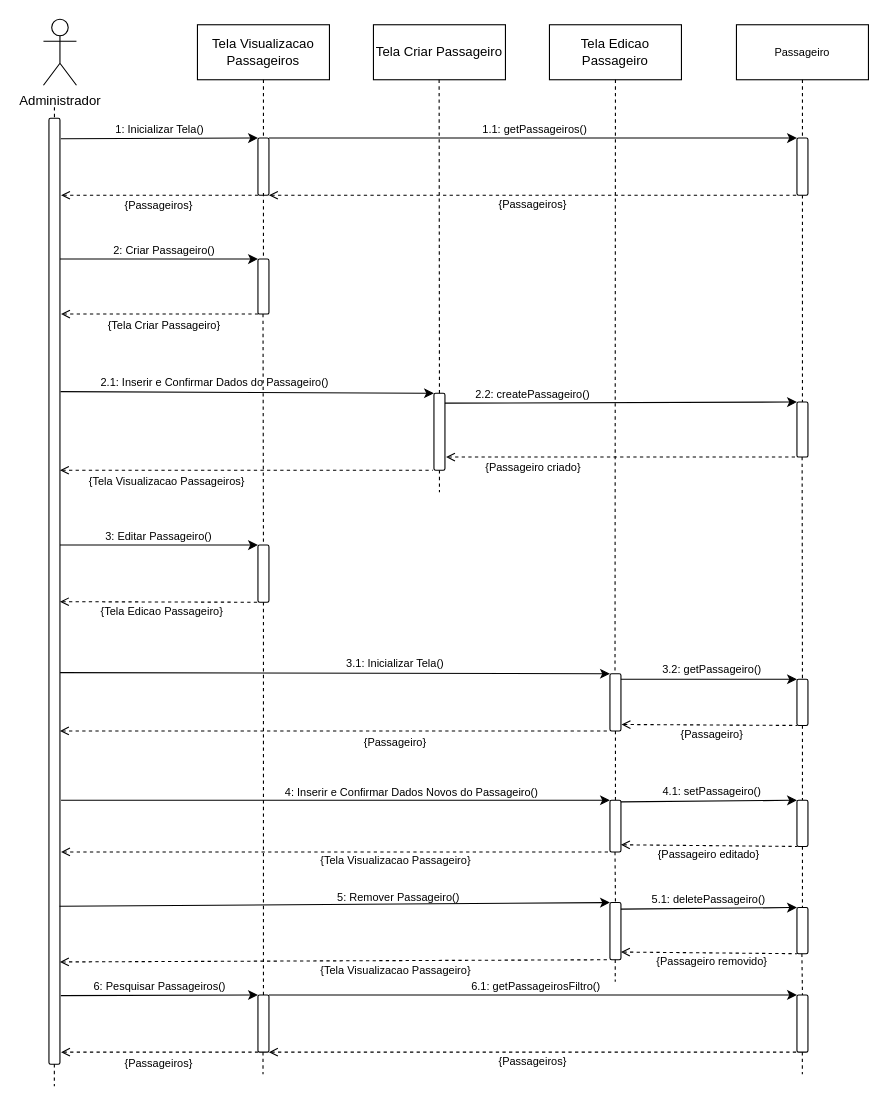
Before: Diagramas/Eng_de_Software/Modelos/Sequencia/Manter_Passageiros.drawio in GabrielGMori/trabalho-conclus-o-ano, a draw.io diagram. Source tidied: cells renumbered, new cells numbered last; positions are measured from the earlier drawing's top-left corner, leaving out a move shared by most shapes. Both pictures are drawn from the tidied source at 110%, with x=0, y=0 at pixel (43, 19).
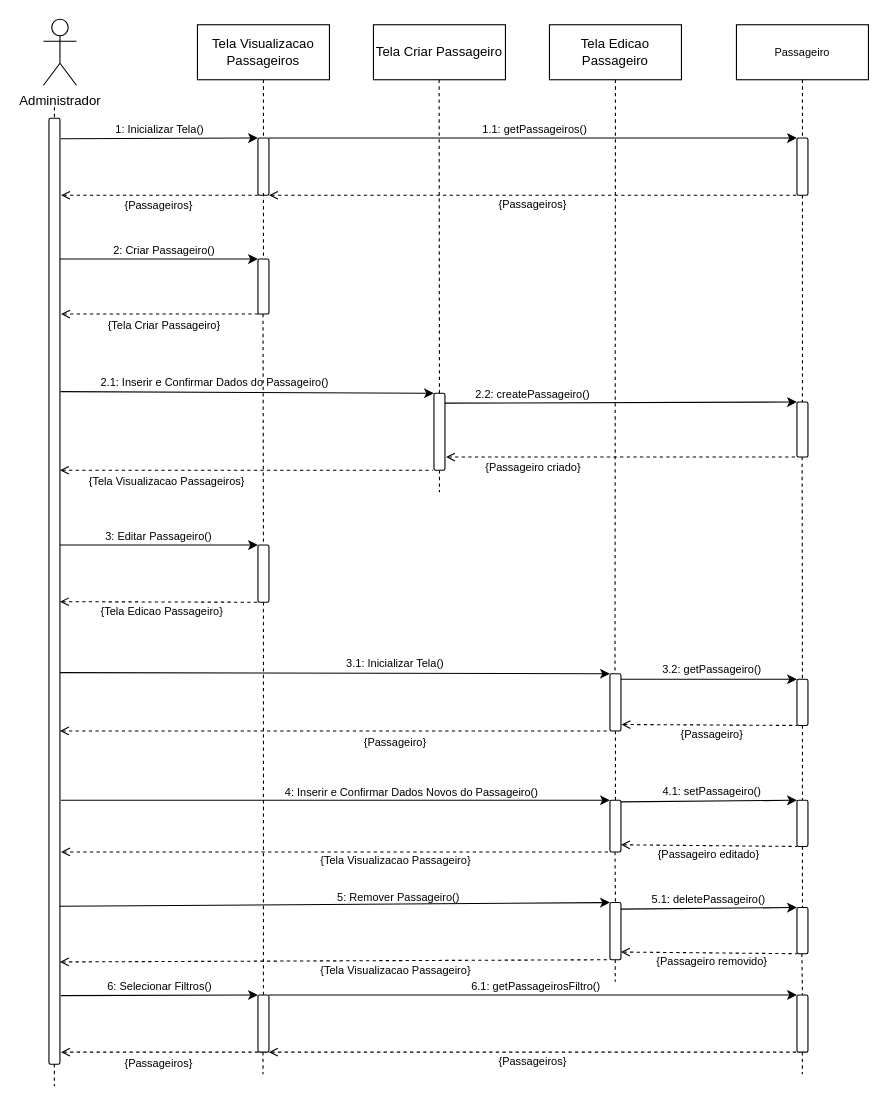
The same page after the edit.

What changed in the source:
```diff
@@
-    <mxCell id="90" value="&lt;font&gt;6: Pesquisar&amp;nbsp;&lt;/font&gt;&lt;font&gt;Passageiros()&lt;/font&gt;" style="text;html=1;align=center;verticalAlign=middle;whiteSpace=wrap;rounded=0;fontSize=10;" parent="1" vertex="1">
+    <mxCell id="90" value="&lt;font style=&quot;border-color: var(--border-color);&quot;&gt;6:&amp;nbsp;&lt;/font&gt;&lt;font style=&quot;border-color: var(--border-color);&quot;&gt;&lt;font style=&quot;border-color: var(--border-color);&quot;&gt;Selecionar Filtros&lt;/font&gt;&lt;font style=&quot;border-color: var(--border-color);&quot;&gt;()&lt;/font&gt;&lt;/font&gt;" style="text;html=1;align=center;verticalAlign=middle;whiteSpace=wrap;rounded=0;fontSize=10;" parent="1" vertex="1">
       <mxGeometry x="26" y="869" width="160" height="20" as="geometry" />
     </mxCell>
```
